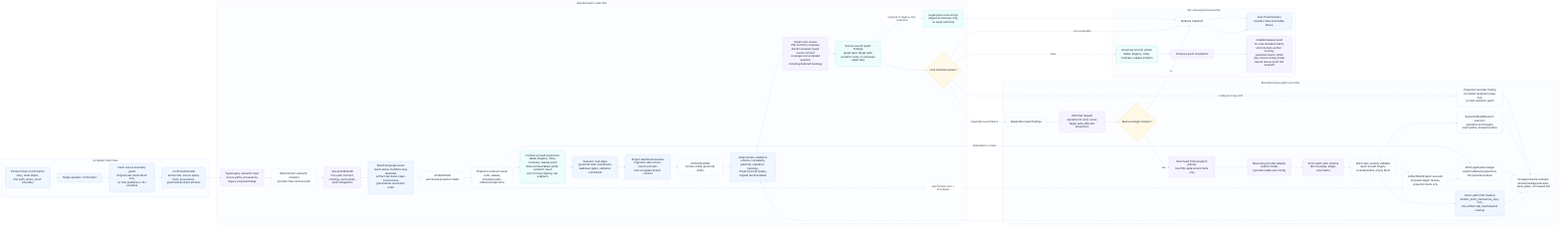
This is odylith/atlas/source/domain-intelligence-greenfield-governance.png from odylith/odylith, a Mermaid export, as it was before one commit. Its source is kept beside it as odylith/atlas/source/domain-intelligence-greenfield-governance.mmd.
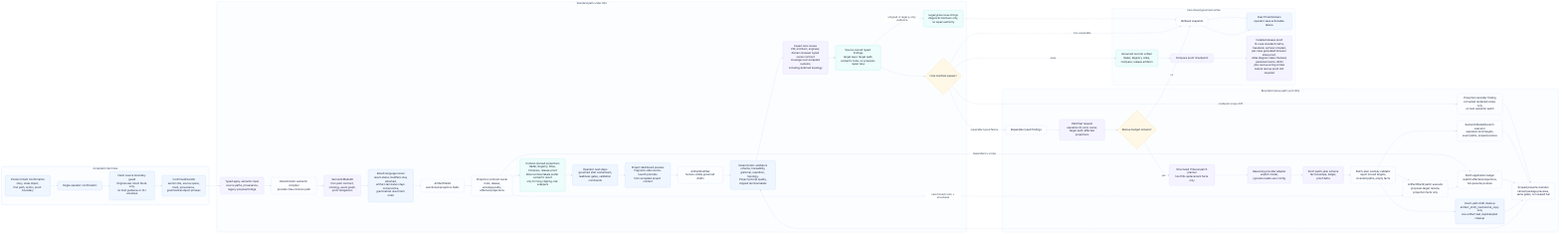
The same file after the commit.

Diff of the diagram source:
```diff
@@ -49,7 +49,7 @@
       rollback["Rollback snapshot"]
       blockers["Exact final blockers<br/>operator sees actionable failure"]
       proof_log["Compass proof checkpoint"]
-      release_matrix["Installed release proof<br/>12-case standard matrix,<br/>strict domain-anchor scoring,<br/>persisted matrix JSON<br/>plus rescue wiring smoke<br/>natural rescue proof still required"]
+      release_matrix["Installed release proof<br/>12-case standard matrix,<br/>Casebook surface included,<br/>per-case generated browser state proof,<br/>Atlas diagram state checked,<br/>persisted matrix JSON<br/>plus rescue wiring smoke<br/>natural rescue proof still required"]
     end
 
     visible_intent --> confirm --> source_guard --> confirmed_ir
```
